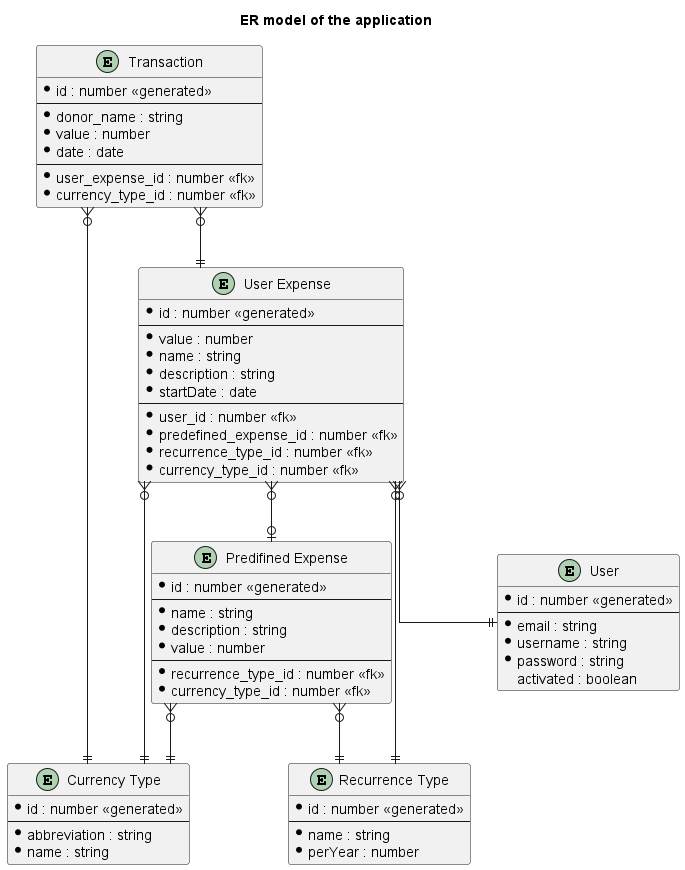
Above: docs/img/er_model.png in szattila98/veryrezsi (PlantUML), before the change.
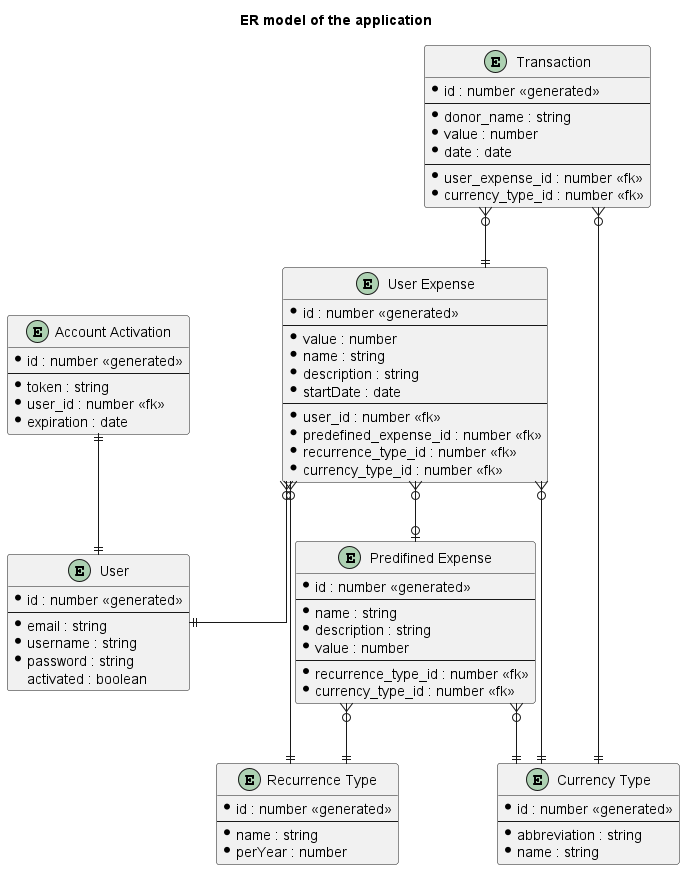
Above is the later version.

The edit, as a diff of the source:
```diff
@@ -36,6 +36,14 @@
   activated : boolean
 }
 
+entity "Account Activation" as account_activation {
+  * id : number <<generated>>
+  ---
+  * token : string
+  * user_id : number <<fk>>
+  * expiration : date
+}
+
 entity "User Expense" as uexp {
   * id : number <<generated>>
   ---
@@ -62,6 +70,7 @@
 }
 
 uexp }o--|| user
+account_activation ||--|| user
 uexp }o--|| currtp
 uexp }o--|| recurrtp
 
```
